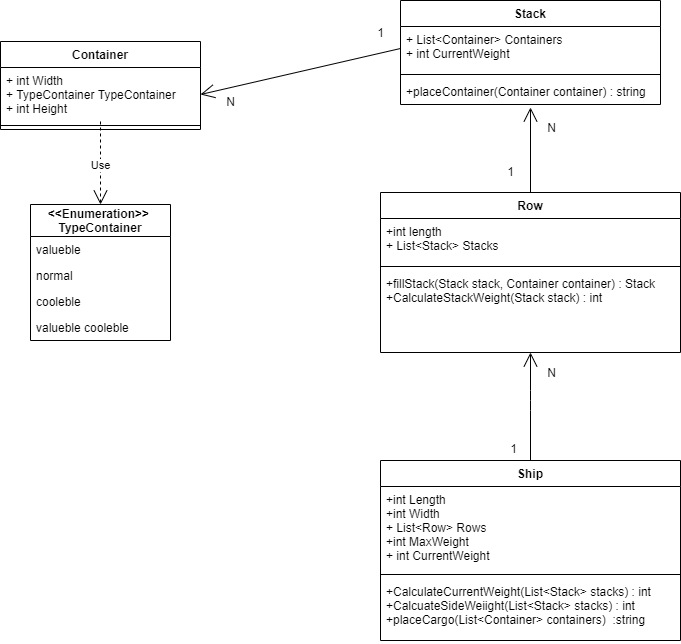
This is ContainerShip/ClassDiagram/ClassDiagram.png from Elise39u/S2-Fontys, a draw.io export, as it was before one commit. Source tidied: cells renumbered, new cells last; positions are measured from the earlier drawing's top-left corner, leaving out a move shared by most shapes.
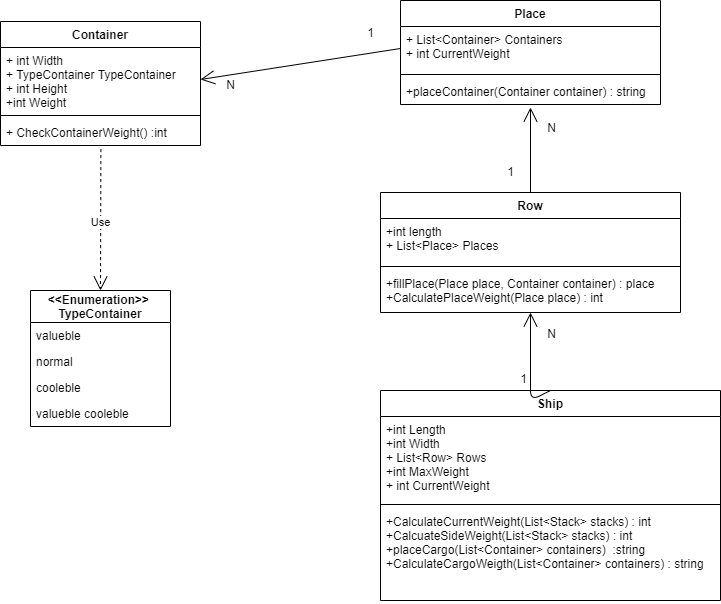
Above is the later version.

Change to the diagram source:
```diff
@@ -3,28 +3,19 @@
     <mxCell id="0" />
     <mxCell id="1" parent="0" />
     <mxCell id="2" value="Ship" style="swimlane;fontStyle=1;align=center;verticalAlign=top;horizontal=1;startSize=26;" parent="1" vertex="1">
-      <mxGeometry x="380" y="460" width="300" height="180" as="geometry" />
+      <mxGeometry x="380" y="390" width="340" height="210" as="geometry" />
     </mxCell>
     <mxCell id="3" value="+int Length&#10;+int Width&#10;+ List&lt;Row&gt; Rows&#10;+int MaxWeight&#10;+ int CurrentWeight" style="text;strokeColor=none;fillColor=none;align=left;verticalAlign=top;spacingLeft=4;spacingRight=4;overflow=hidden;" parent="2" vertex="1">
-      <mxGeometry y="26" width="300" height="84" as="geometry" />
+      <mxGeometry y="26" width="340" height="84" as="geometry" />
     </mxCell>
     <mxCell id="4" style="line;strokeWidth=1;fillColor=none;align=left;verticalAlign=middle;spacingTop=-1;spacingLeft=3;spacingRight=3;labelPosition=right;" parent="2" vertex="1">
-      <mxGeometry y="110" width="300" height="8" as="geometry" />
+      <mxGeometry y="110" width="340" height="8" as="geometry" />
     </mxCell>
-    <mxCell id="5" value="+CalculateCurrentWeight(List&lt;Stack&gt; stacks) : int&#10;+CalcuateSideWeiight(List&lt;Stack&gt; stacks) : int&#10;+placeCargo(List&lt;Container&gt; containers)  :string" style="text;strokeColor=none;fillColor=none;align=left;verticalAlign=top;spacingLeft=4;spacingRight=4;overflow=hidden;" parent="2" vertex="1">
-      <mxGeometry y="118" width="300" height="62" as="geometry" />
+    <mxCell id="5" value="+CalculateCurrentWeight(List&lt;Stack&gt; stacks) : int&#10;+CalcuateSideWeight(List&lt;Stack&gt; stacks) : int&#10;+placeCargo(List&lt;Container&gt; containers)  :string&#10;+CalculateCargoWeigth(List&lt;Container&gt; containers) : string" style="text;strokeColor=none;fillColor=none;align=left;verticalAlign=top;spacingLeft=4;spacingRight=4;overflow=hidden;" parent="2" vertex="1">
+      <mxGeometry y="118" width="340" height="92" as="geometry" />
     </mxCell>
-    <mxCell id="6" value="Container" style="swimlane;fontStyle=1;align=center;verticalAlign=top;horizontal=1;startSize=26;" parent="1" vertex="1">
-      <mxGeometry y="41" width="200" height="88" as="geometry" />
-    </mxCell>
-    <mxCell id="7" value="+ int Width&#10;+ TypeContainer TypeContainer&#10;+ int Height" style="text;strokeColor=none;fillColor=none;align=left;verticalAlign=top;spacingLeft=4;spacingRight=4;overflow=hidden;points=[[0,0.5],[1,0.5]];portConstraint=eastwest;" parent="6" vertex="1">
-      <mxGeometry y="26" width="200" height="54" as="geometry" />
-    </mxCell>
-    <mxCell id="8" style="line;strokeWidth=1;fillColor=none;align=left;verticalAlign=middle;spacingTop=-1;spacingLeft=3;spacingRight=3;labelPosition=right;" parent="6" vertex="1">
-      <mxGeometry y="80" width="200" height="8" as="geometry" />
-    </mxCell>
     <mxCell id="9" value="&lt;&lt;Enumeration&gt;&gt; &#10;TypeContainer" style="swimlane;fontStyle=1;horizontal=1;startSize=32;fillColor=none;" parent="1" vertex="1">
-      <mxGeometry x="30" y="204" width="140" height="136" as="geometry" />
+      <mxGeometry x="30" y="290" width="140" height="136" as="geometry" />
     </mxCell>
     <mxCell id="10" value="valueble " style="text;strokeColor=none;fillColor=none;align=left;verticalAlign=top;spacingLeft=4;spacingRight=4;overflow=hidden;" parent="9" vertex="1">
       <mxGeometry y="32" width="140" height="26" as="geometry" />
@@ -39,18 +30,18 @@
       <mxGeometry y="110" width="140" height="26" as="geometry" />
     </mxCell>
     <mxCell id="14" value="Row" style="swimlane;fontStyle=1;align=center;verticalAlign=top;horizontal=1;startSize=26;" parent="1" vertex="1">
-      <mxGeometry x="380" y="192" width="300" height="160" as="geometry" />
+      <mxGeometry x="380" y="192" width="300" height="120" as="geometry" />
     </mxCell>
-    <mxCell id="15" value="+int length&#10;+ List&lt;Stack&gt; Stacks" style="text;strokeColor=none;fillColor=none;align=left;verticalAlign=top;spacingLeft=4;spacingRight=4;overflow=hidden;" parent="14" vertex="1">
+    <mxCell id="15" value="+int length&#10;+ List&lt;Place&gt; Places" style="text;strokeColor=none;fillColor=none;align=left;verticalAlign=top;spacingLeft=4;spacingRight=4;overflow=hidden;" parent="14" vertex="1">
       <mxGeometry y="26" width="300" height="44" as="geometry" />
     </mxCell>
     <mxCell id="16" style="line;strokeWidth=1;fillColor=none;align=left;verticalAlign=middle;spacingTop=-1;spacingLeft=3;spacingRight=3;labelPosition=right;" parent="14" vertex="1">
       <mxGeometry y="70" width="300" height="8" as="geometry" />
     </mxCell>
-    <mxCell id="17" value="+fillStack(Stack stack, Container container) : Stack&#10;+CalculateStackWeight(Stack stack) : int" style="text;strokeColor=none;fillColor=none;align=left;verticalAlign=top;spacingLeft=4;spacingRight=4;overflow=hidden;points=[[0,0.5],[1,0.5]];portConstraint=eastwest;" parent="14" vertex="1">
-      <mxGeometry y="78" width="300" height="82" as="geometry" />
+    <mxCell id="17" value="+fillPlace(Place place, Container container) : place&#10;+CalculatePlaceWeight(Place place) : int" style="text;strokeColor=none;fillColor=none;align=left;verticalAlign=top;spacingLeft=4;spacingRight=4;overflow=hidden;points=[[0,0.5],[1,0.5]];portConstraint=eastwest;" parent="14" vertex="1">
+      <mxGeometry y="78" width="300" height="42" as="geometry" />
     </mxCell>
-    <mxCell id="18" value="Stack" style="swimlane;fontStyle=1;align=center;verticalAlign=top;horizontal=1;startSize=26;" parent="1" vertex="1">
+    <mxCell id="18" value="Place" style="swimlane;fontStyle=1;align=center;verticalAlign=top;horizontal=1;startSize=26;" parent="1" vertex="1">
       <mxGeometry x="400" width="260" height="104" as="geometry" />
     </mxCell>
     <mxCell id="19" value="+ List&lt;Container&gt; Containers&#10;+ int CurrentWeight" style="text;strokeColor=none;fillColor=none;align=left;verticalAlign=top;spacingLeft=4;spacingRight=4;overflow=hidden;points=[[0,0.5],[1,0.5]];portConstraint=eastwest;" parent="18" vertex="1">
@@ -62,17 +53,17 @@
     <mxCell id="21" value="+placeContainer(Container container) : string" style="text;strokeColor=none;fillColor=none;align=left;verticalAlign=top;spacingLeft=4;spacingRight=4;overflow=hidden;points=[[0,0.5],[1,0.5]];portConstraint=eastwest;" parent="18" vertex="1">
       <mxGeometry y="78" width="260" height="26" as="geometry" />
     </mxCell>
-    <mxCell id="22" value="Use" style="endArrow=open;endSize=12;dashed=1;html=1;entryX=0.5;entryY=0;entryDx=0;entryDy=0;" parent="1" edge="1" source="7" target="9">
+    <mxCell id="22" value="Use" style="endArrow=open;endSize=12;dashed=1;html=1;entryX=0.5;entryY=0;entryDx=0;entryDy=0;exitX=0.502;exitY=1.138;exitDx=0;exitDy=0;exitPerimeter=0;" parent="1" edge="1" source="34" target="9">
       <mxGeometry relative="1" as="geometry" />
     </mxCell>
-    <mxCell id="23" style="endArrow=open;endFill=1;endSize=12;html=1;exitX=0;exitY=0.5;exitDx=0;exitDy=0;entryX=1;entryY=0.5;entryDx=0;entryDy=0;" parent="1" edge="1" source="19" target="7">
+    <mxCell id="23" style="endArrow=open;endFill=1;endSize=12;html=1;exitX=0;exitY=0.5;exitDx=0;exitDy=0;entryX=1;entryY=0.5;entryDx=0;entryDy=0;" parent="1" edge="1" source="19" target="32">
       <mxGeometry relative="1" as="geometry" />
     </mxCell>
     <mxCell id="24" value="N" style="text;html=1;align=center;verticalAlign=middle;" parent="1" vertex="1">
-      <mxGeometry x="220" y="90" width="20" height="20" as="geometry" />
+      <mxGeometry x="220" y="73" width="20" height="20" as="geometry" />
     </mxCell>
     <mxCell id="25" value="1" style="text;html=1;align=center;verticalAlign=middle;" parent="1" vertex="1">
-      <mxGeometry x="370" y="21" width="20" height="20" as="geometry" />
+      <mxGeometry x="360" y="21" width="20" height="20" as="geometry" />
     </mxCell>
     <mxCell id="26" style="endArrow=open;endFill=1;endSize=12;html=1;exitX=0.5;exitY=0;exitDx=0;exitDy=0;entryX=0.5;entryY=1.115;entryDx=0;entryDy=0;entryPerimeter=0;" parent="1" edge="1" source="14" target="21">
       <mxGeometry relative="1" as="geometry" />
@@ -98,9 +89,21 @@
       </mxGeometry>
     </mxCell>
     <mxCell id="31" value="1" style="text;html=1;align=center;verticalAlign=middle;labelBackgroundColor=#ffffff;" parent="1" vertex="1">
-      <mxGeometry x="490" y="450" as="geometry">
+      <mxGeometry x="500" y="380" as="geometry">
         <mxPoint x="22" y="-4" as="offset" />
       </mxGeometry>
     </mxCell>
+    <mxCell id="6" value="Container" style="swimlane;fontStyle=1;align=center;verticalAlign=top;horizontal=1;startSize=26;" parent="1" vertex="1">
+      <mxGeometry y="21" width="200" height="124" as="geometry" />
+    </mxCell>
+    <mxCell id="32" value="+ int Width&#10;+ TypeContainer TypeContainer&#10;+ int Height&#10;+int Weight" style="text;strokeColor=none;fillColor=none;align=left;verticalAlign=top;spacingLeft=4;spacingRight=4;overflow=hidden;points=[[0,0.5],[1,0.5]];portConstraint=eastwest;" parent="6" vertex="1">
+      <mxGeometry y="26" width="200" height="64" as="geometry" />
+    </mxCell>
+    <mxCell id="33" style="line;strokeWidth=1;fillColor=none;align=left;verticalAlign=middle;spacingTop=-1;spacingLeft=3;spacingRight=3;labelPosition=right;" parent="6" vertex="1">
+      <mxGeometry y="90" width="200" height="8" as="geometry" />
+    </mxCell>
+    <mxCell id="34" value="+ CheckContainerWeight() :int" style="text;strokeColor=none;fillColor=none;align=left;verticalAlign=top;spacingLeft=4;spacingRight=4;overflow=hidden;points=[[0,0.5],[1,0.5]];portConstraint=eastwest;" parent="6" vertex="1">
+      <mxGeometry y="98" width="200" height="26" as="geometry" />
+    </mxCell>
   </root>
 </mxGraphModel>
```
